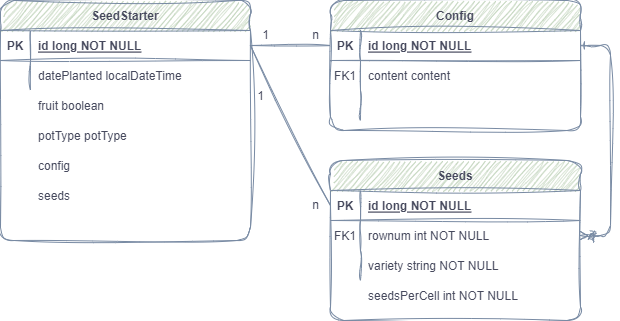
This is images/SeedStarter_ERD.png from heeleelic/MyProject, a draw.io export, as it was before one commit. Source tidied: cells renumbered, new cells last; positions are measured from the earlier drawing's top-left corner, leaving out a move shared by most shapes.
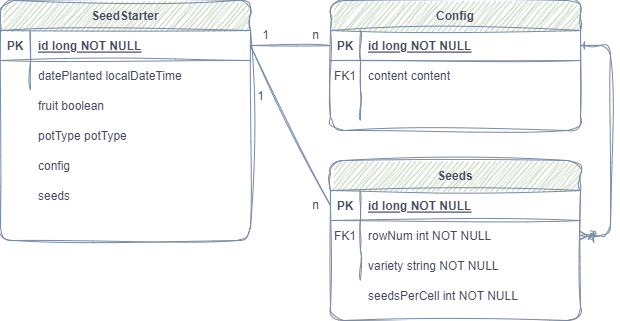
The same diagram one commit later.

Diff of the diagram source:
```diff
@@ -53,7 +53,7 @@
     <mxCell id="18" value="FK1" style="shape=partialRectangle;overflow=hidden;fillColor=none;top=0;left=0;bottom=0;right=0;rounded=1;sketch=1;curveFitting=1;jiggle=2;labelBackgroundColor=none;strokeColor=#788AA3;fontColor=#46495D;" parent="17" vertex="1">
       <mxGeometry width="30" height="30" as="geometry" />
     </mxCell>
-    <mxCell id="19" value="rownum int NOT NULL " style="shape=partialRectangle;overflow=hidden;fillColor=none;top=0;left=0;bottom=0;right=0;align=left;spacingLeft=6;rounded=1;sketch=1;curveFitting=1;jiggle=2;labelBackgroundColor=none;strokeColor=#788AA3;fontColor=#46495D;" parent="17" vertex="1">
+    <mxCell id="19" value="rowNum int NOT NULL " style="shape=partialRectangle;overflow=hidden;fillColor=none;top=0;left=0;bottom=0;right=0;align=left;spacingLeft=6;rounded=1;sketch=1;curveFitting=1;jiggle=2;labelBackgroundColor=none;strokeColor=#788AA3;fontColor=#46495D;" parent="17" vertex="1">
       <mxGeometry x="30" width="220" height="30" as="geometry" />
     </mxCell>
     <mxCell id="20" style="shape=partialRectangle;fillColor=none;top=0;left=0;right=0;bottom=0;rounded=1;sketch=1;curveFitting=1;jiggle=2;labelBackgroundColor=none;strokeColor=#788AA3;fontColor=#46495D;" parent="13" vertex="1">
```
